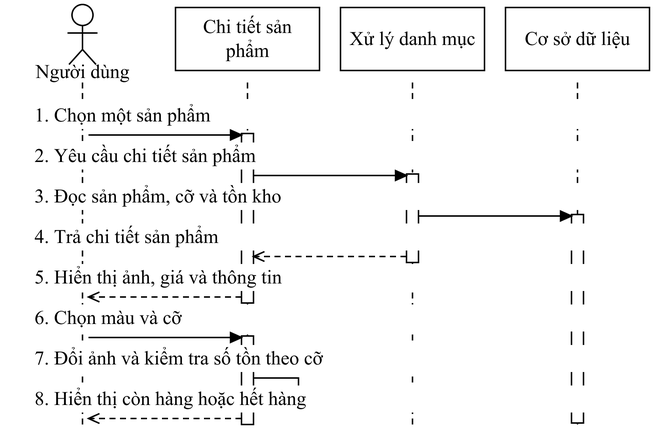
Before: docs/do-an-LSOUL/So-do-LSOUL-rut-gon/anh-png/SEQ-16.png, a diagram exported from draw.io (Loccao102/BanHang). Source tidied: cells renumbered, new cells last; positions are measured from the earlier drawing's top-left corner, leaving out a move shared by most shapes.
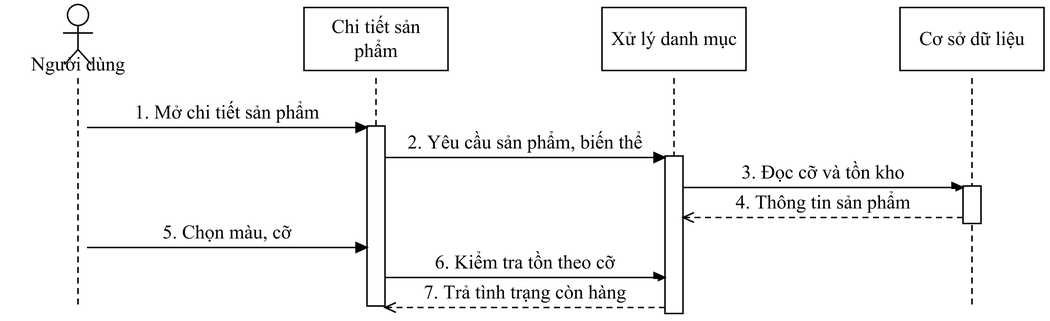
Later version of the same file.

Change to the diagram source:
```diff
@@ -4,154 +4,138 @@
     <mxCell id="1" parent="0" />
     <mxCell id="2" style="fontFamily=Times New Roman;fontSize=13;fontColor=#000000;strokeColor=#000000;strokeWidth=1;fillColor=#FFFFFF;shadow=0;rounded=0;html=0;whiteSpace=wrap;spacing=5;endArrow=none;endFill=1;startArrow=none;dashed=1;dashPattern=4 3;" parent="1" edge="1">
       <mxGeometry relative="1" as="geometry">
-        <mxPoint x="48" y="52" as="sourcePoint" />
-        <mxPoint x="48" y="281" as="targetPoint" />
+        <mxPoint x="45" y="49" as="sourcePoint" />
+        <mxPoint x="45" y="203" as="targetPoint" />
       </mxGeometry>
     </mxCell>
     <mxCell id="3" style="fontFamily=Times New Roman;fontSize=13;fontColor=#000000;strokeColor=#000000;strokeWidth=1;fillColor=#FFFFFF;shadow=0;rounded=0;html=0;whiteSpace=wrap;spacing=5;endArrow=none;endFill=1;startArrow=none;dashed=1;dashPattern=4 3;" parent="1" edge="1">
       <mxGeometry relative="1" as="geometry">
-        <mxPoint x="158" y="52" as="sourcePoint" />
-        <mxPoint x="158" y="281" as="targetPoint" />
+        <mxPoint x="243.7" y="49" as="sourcePoint" />
+        <mxPoint x="243.7" y="203" as="targetPoint" />
       </mxGeometry>
     </mxCell>
     <mxCell id="4" style="fontFamily=Times New Roman;fontSize=13;fontColor=#000000;strokeColor=#000000;strokeWidth=1;fillColor=#FFFFFF;shadow=0;rounded=0;html=0;whiteSpace=wrap;spacing=5;endArrow=none;endFill=1;startArrow=none;dashed=1;dashPattern=4 3;" parent="1" edge="1">
       <mxGeometry relative="1" as="geometry">
-        <mxPoint x="268" y="52" as="sourcePoint" />
-        <mxPoint x="268" y="281" as="targetPoint" />
+        <mxPoint x="442.3" y="49" as="sourcePoint" />
+        <mxPoint x="442.3" y="203" as="targetPoint" />
       </mxGeometry>
     </mxCell>
     <mxCell id="5" style="fontFamily=Times New Roman;fontSize=13;fontColor=#000000;strokeColor=#000000;strokeWidth=1;fillColor=#FFFFFF;shadow=0;rounded=0;html=0;whiteSpace=wrap;spacing=5;endArrow=none;endFill=1;startArrow=none;dashed=1;dashPattern=4 3;" parent="1" edge="1">
       <mxGeometry relative="1" as="geometry">
-        <mxPoint x="378" y="52" as="sourcePoint" />
-        <mxPoint x="378" y="281" as="targetPoint" />
+        <mxPoint x="641" y="49" as="sourcePoint" />
+        <mxPoint x="641" y="203" as="targetPoint" />
       </mxGeometry>
     </mxCell>
     <mxCell id="6" style="fontFamily=Times New Roman;fontSize=13;fontColor=#000000;strokeColor=#000000;strokeWidth=1;fillColor=#FFFFFF;shadow=0;rounded=0;html=0;whiteSpace=wrap;spacing=5;align=center;verticalAlign=middle;" parent="1" vertex="1">
-      <mxGeometry x="264" y="113" width="8" height="59" as="geometry" />
+      <mxGeometry x="635" y="121" width="12" height="25" as="geometry" />
     </mxCell>
     <mxCell id="7" style="fontFamily=Times New Roman;fontSize=13;fontColor=#000000;strokeColor=#000000;strokeWidth=1;fillColor=#FFFFFF;shadow=0;rounded=0;html=0;whiteSpace=wrap;spacing=5;align=center;verticalAlign=middle;" parent="1" vertex="1">
-      <mxGeometry x="154" y="86" width="8" height="113" as="geometry" />
+      <mxGeometry x="436.3" y="101" width="12" height="105" as="geometry" />
     </mxCell>
     <mxCell id="8" style="fontFamily=Times New Roman;fontSize=13;fontColor=#000000;strokeColor=#000000;strokeWidth=1;fillColor=#FFFFFF;shadow=0;rounded=0;html=0;whiteSpace=wrap;spacing=5;align=center;verticalAlign=middle;" parent="1" vertex="1">
-      <mxGeometry x="154" y="221" width="8" height="59" as="geometry" />
+      <mxGeometry x="237.7" y="81" width="12" height="120" as="geometry" />
     </mxCell>
-    <mxCell id="9" style="fontFamily=Times New Roman;fontSize=13;fontColor=#000000;strokeColor=#000000;strokeWidth=1;fillColor=#FFFFFF;shadow=0;rounded=0;html=0;whiteSpace=wrap;spacing=5;align=center;verticalAlign=middle;" parent="1" vertex="1">
-      <mxGeometry x="374" y="140" width="8" height="139" as="geometry" />
+    <mxCell id="9" value="1. Mở chi tiết sản phẩm" style="fontFamily=Times New Roman;fontSize=13;fontColor=#000000;strokeColor=#000000;strokeWidth=1;fillColor=#FFFFFF;shadow=0;rounded=0;html=0;whiteSpace=wrap;spacing=5;text;strokeColor=none;fillColor=none;align=center;verticalAlign=middle;fillColor=#FFFFFF;" parent="1" vertex="1">
+      <mxGeometry x="56" y="63" width="176.7" height="18" as="geometry" />
     </mxCell>
-    <mxCell id="10" value="1. Chọn một sản phẩm" style="fontFamily=Times New Roman;fontSize=13;fontColor=#000000;strokeColor=#000000;strokeWidth=1;fillColor=#FFFFFF;shadow=0;rounded=0;html=0;whiteSpace=wrap;spacing=5;text;strokeColor=none;fillColor=none;align=left;verticalAlign=middle;fillColor=#FFFFFF;" parent="1" vertex="1">
-      <mxGeometry x="11" y="65" width="404" height="18" as="geometry" />
+    <mxCell id="10" style="fontFamily=Times New Roman;fontSize=13;fontColor=#000000;strokeColor=#000000;strokeWidth=1;fillColor=#FFFFFF;shadow=0;rounded=0;html=0;whiteSpace=wrap;spacing=5;endArrow=block;endFill=1;startArrow=none;" parent="1" edge="1">
+      <mxGeometry relative="1" as="geometry">
+        <mxPoint x="51" y="82" as="sourcePoint" />
+        <mxPoint x="237.7" y="82" as="targetPoint" />
+      </mxGeometry>
     </mxCell>
-    <mxCell id="11" style="fontFamily=Times New Roman;fontSize=13;fontColor=#000000;strokeColor=#000000;strokeWidth=1;fillColor=#FFFFFF;shadow=0;rounded=0;html=0;whiteSpace=wrap;spacing=5;endArrow=block;endFill=1;startArrow=none;" parent="1" edge="1">
-      <mxGeometry relative="1" as="geometry">
-        <mxPoint x="52" y="87" as="sourcePoint" />
-        <mxPoint x="154" y="87" as="targetPoint" />
-      </mxGeometry>
+    <mxCell id="11" value="2. Yêu cầu sản phẩm, biến thể" style="fontFamily=Times New Roman;fontSize=13;fontColor=#000000;strokeColor=#000000;strokeWidth=1;fillColor=#FFFFFF;shadow=0;rounded=0;html=0;whiteSpace=wrap;spacing=5;text;strokeColor=none;fillColor=none;align=center;verticalAlign=middle;fillColor=#FFFFFF;" parent="1" vertex="1">
+      <mxGeometry x="254.7" y="83" width="176.7" height="18" as="geometry" />
     </mxCell>
-    <mxCell id="12" value="2. Yêu cầu chi tiết sản phẩm" style="fontFamily=Times New Roman;fontSize=13;fontColor=#000000;strokeColor=#000000;strokeWidth=1;fillColor=#FFFFFF;shadow=0;rounded=0;html=0;whiteSpace=wrap;spacing=5;text;strokeColor=none;fillColor=none;align=left;verticalAlign=middle;fillColor=#FFFFFF;" parent="1" vertex="1">
-      <mxGeometry x="11" y="92" width="404" height="18" as="geometry" />
+    <mxCell id="12" style="fontFamily=Times New Roman;fontSize=13;fontColor=#000000;strokeColor=#000000;strokeWidth=1;fillColor=#FFFFFF;shadow=0;rounded=0;html=0;whiteSpace=wrap;spacing=5;endArrow=block;endFill=1;startArrow=none;" parent="1" edge="1">
+      <mxGeometry relative="1" as="geometry">
+        <mxPoint x="249.7" y="102" as="sourcePoint" />
+        <mxPoint x="436.3" y="102" as="targetPoint" />
+      </mxGeometry>
     </mxCell>
-    <mxCell id="13" style="fontFamily=Times New Roman;fontSize=13;fontColor=#000000;strokeColor=#000000;strokeWidth=1;fillColor=#FFFFFF;shadow=0;rounded=0;html=0;whiteSpace=wrap;spacing=5;endArrow=block;endFill=1;startArrow=none;" parent="1" edge="1">
-      <mxGeometry relative="1" as="geometry">
-        <mxPoint x="162" y="114" as="sourcePoint" />
-        <mxPoint x="264" y="114" as="targetPoint" />
-      </mxGeometry>
+    <mxCell id="13" value="3. Đọc cỡ và tồn kho" style="fontFamily=Times New Roman;fontSize=13;fontColor=#000000;strokeColor=#000000;strokeWidth=1;fillColor=#FFFFFF;shadow=0;rounded=0;html=0;whiteSpace=wrap;spacing=5;text;strokeColor=none;fillColor=none;align=center;verticalAlign=middle;fillColor=#FFFFFF;" parent="1" vertex="1">
+      <mxGeometry x="453.3" y="103" width="176.7" height="18" as="geometry" />
     </mxCell>
-    <mxCell id="14" value="3. Đọc sản phẩm, cỡ và tồn kho" style="fontFamily=Times New Roman;fontSize=13;fontColor=#000000;strokeColor=#000000;strokeWidth=1;fillColor=#FFFFFF;shadow=0;rounded=0;html=0;whiteSpace=wrap;spacing=5;text;strokeColor=none;fillColor=none;align=left;verticalAlign=middle;fillColor=#FFFFFF;" parent="1" vertex="1">
-      <mxGeometry x="11" y="119" width="404" height="18" as="geometry" />
+    <mxCell id="14" style="fontFamily=Times New Roman;fontSize=13;fontColor=#000000;strokeColor=#000000;strokeWidth=1;fillColor=#FFFFFF;shadow=0;rounded=0;html=0;whiteSpace=wrap;spacing=5;endArrow=block;endFill=1;startArrow=none;" parent="1" edge="1">
+      <mxGeometry relative="1" as="geometry">
+        <mxPoint x="448.3" y="122" as="sourcePoint" />
+        <mxPoint x="635" y="122" as="targetPoint" />
+      </mxGeometry>
     </mxCell>
-    <mxCell id="15" style="fontFamily=Times New Roman;fontSize=13;fontColor=#000000;strokeColor=#000000;strokeWidth=1;fillColor=#FFFFFF;shadow=0;rounded=0;html=0;whiteSpace=wrap;spacing=5;endArrow=block;endFill=1;startArrow=none;" parent="1" edge="1">
-      <mxGeometry relative="1" as="geometry">
-        <mxPoint x="272" y="141" as="sourcePoint" />
-        <mxPoint x="374" y="141" as="targetPoint" />
-      </mxGeometry>
+    <mxCell id="15" value="4. Thông tin sản phẩm" style="fontFamily=Times New Roman;fontSize=13;fontColor=#000000;strokeColor=#000000;strokeWidth=1;fillColor=#FFFFFF;shadow=0;rounded=0;html=0;whiteSpace=wrap;spacing=5;text;strokeColor=none;fillColor=none;align=center;verticalAlign=middle;fillColor=#FFFFFF;" parent="1" vertex="1">
+      <mxGeometry x="453.3" y="123" width="176.7" height="18" as="geometry" />
     </mxCell>
-    <mxCell id="16" value="4. Trả chi tiết sản phẩm" style="fontFamily=Times New Roman;fontSize=13;fontColor=#000000;strokeColor=#000000;strokeWidth=1;fillColor=#FFFFFF;shadow=0;rounded=0;html=0;whiteSpace=wrap;spacing=5;text;strokeColor=none;fillColor=none;align=left;verticalAlign=middle;fillColor=#FFFFFF;" parent="1" vertex="1">
-      <mxGeometry x="11" y="146" width="404" height="18" as="geometry" />
+    <mxCell id="16" style="fontFamily=Times New Roman;fontSize=13;fontColor=#000000;strokeColor=#000000;strokeWidth=1;fillColor=#FFFFFF;shadow=0;rounded=0;html=0;whiteSpace=wrap;spacing=5;endArrow=open;endFill=1;startArrow=none;dashed=1;dashPattern=4 3;" parent="1" edge="1">
+      <mxGeometry relative="1" as="geometry">
+        <mxPoint x="635" y="142" as="sourcePoint" />
+        <mxPoint x="448.3" y="142" as="targetPoint" />
+      </mxGeometry>
     </mxCell>
-    <mxCell id="17" style="fontFamily=Times New Roman;fontSize=13;fontColor=#000000;strokeColor=#000000;strokeWidth=1;fillColor=#FFFFFF;shadow=0;rounded=0;html=0;whiteSpace=wrap;spacing=5;endArrow=open;endFill=1;startArrow=none;dashed=1;dashPattern=4 3;" parent="1" edge="1">
-      <mxGeometry relative="1" as="geometry">
-        <mxPoint x="264" y="168" as="sourcePoint" />
-        <mxPoint x="162" y="168" as="targetPoint" />
-      </mxGeometry>
+    <mxCell id="17" value="5. Chọn màu, cỡ" style="fontFamily=Times New Roman;fontSize=13;fontColor=#000000;strokeColor=#000000;strokeWidth=1;fillColor=#FFFFFF;shadow=0;rounded=0;html=0;whiteSpace=wrap;spacing=5;text;strokeColor=none;fillColor=none;align=center;verticalAlign=middle;fillColor=#FFFFFF;" parent="1" vertex="1">
+      <mxGeometry x="56" y="143" width="176.7" height="18" as="geometry" />
     </mxCell>
-    <mxCell id="18" value="5. Hiển thị ảnh, giá và thông tin" style="fontFamily=Times New Roman;fontSize=13;fontColor=#000000;strokeColor=#000000;strokeWidth=1;fillColor=#FFFFFF;shadow=0;rounded=0;html=0;whiteSpace=wrap;spacing=5;text;strokeColor=none;fillColor=none;align=left;verticalAlign=middle;fillColor=#FFFFFF;" parent="1" vertex="1">
-      <mxGeometry x="11" y="173" width="404" height="18" as="geometry" />
+    <mxCell id="18" style="fontFamily=Times New Roman;fontSize=13;fontColor=#000000;strokeColor=#000000;strokeWidth=1;fillColor=#FFFFFF;shadow=0;rounded=0;html=0;whiteSpace=wrap;spacing=5;endArrow=block;endFill=1;startArrow=none;" parent="1" edge="1">
+      <mxGeometry relative="1" as="geometry">
+        <mxPoint x="51" y="162" as="sourcePoint" />
+        <mxPoint x="237.7" y="162" as="targetPoint" />
+      </mxGeometry>
     </mxCell>
-    <mxCell id="19" style="fontFamily=Times New Roman;fontSize=13;fontColor=#000000;strokeColor=#000000;strokeWidth=1;fillColor=#FFFFFF;shadow=0;rounded=0;html=0;whiteSpace=wrap;spacing=5;endArrow=open;endFill=1;startArrow=none;dashed=1;dashPattern=4 3;" parent="1" edge="1">
-      <mxGeometry relative="1" as="geometry">
-        <mxPoint x="154" y="195" as="sourcePoint" />
-        <mxPoint x="52" y="195" as="targetPoint" />
-      </mxGeometry>
+    <mxCell id="19" value="6. Kiểm tra tồn theo cỡ" style="fontFamily=Times New Roman;fontSize=13;fontColor=#000000;strokeColor=#000000;strokeWidth=1;fillColor=#FFFFFF;shadow=0;rounded=0;html=0;whiteSpace=wrap;spacing=5;text;strokeColor=none;fillColor=none;align=center;verticalAlign=middle;fillColor=#FFFFFF;" parent="1" vertex="1">
+      <mxGeometry x="254.7" y="163" width="176.7" height="18" as="geometry" />
     </mxCell>
-    <mxCell id="20" value="6. Chọn màu và cỡ" style="fontFamily=Times New Roman;fontSize=13;fontColor=#000000;strokeColor=#000000;strokeWidth=1;fillColor=#FFFFFF;shadow=0;rounded=0;html=0;whiteSpace=wrap;spacing=5;text;strokeColor=none;fillColor=none;align=left;verticalAlign=middle;fillColor=#FFFFFF;" parent="1" vertex="1">
-      <mxGeometry x="11" y="200" width="404" height="18" as="geometry" />
+    <mxCell id="20" style="fontFamily=Times New Roman;fontSize=13;fontColor=#000000;strokeColor=#000000;strokeWidth=1;fillColor=#FFFFFF;shadow=0;rounded=0;html=0;whiteSpace=wrap;spacing=5;endArrow=block;endFill=1;startArrow=none;" parent="1" edge="1">
+      <mxGeometry relative="1" as="geometry">
+        <mxPoint x="249.7" y="182" as="sourcePoint" />
+        <mxPoint x="436.3" y="182" as="targetPoint" />
+      </mxGeometry>
     </mxCell>
-    <mxCell id="21" style="fontFamily=Times New Roman;fontSize=13;fontColor=#000000;strokeColor=#000000;strokeWidth=1;fillColor=#FFFFFF;shadow=0;rounded=0;html=0;whiteSpace=wrap;spacing=5;endArrow=block;endFill=1;startArrow=none;" parent="1" edge="1">
-      <mxGeometry relative="1" as="geometry">
-        <mxPoint x="52" y="222" as="sourcePoint" />
-        <mxPoint x="154" y="222" as="targetPoint" />
-      </mxGeometry>
+    <mxCell id="21" value="7. Trả tình trạng còn hàng" style="fontFamily=Times New Roman;fontSize=13;fontColor=#000000;strokeColor=#000000;strokeWidth=1;fillColor=#FFFFFF;shadow=0;rounded=0;html=0;whiteSpace=wrap;spacing=5;text;strokeColor=none;fillColor=none;align=center;verticalAlign=middle;fillColor=#FFFFFF;" parent="1" vertex="1">
+      <mxGeometry x="254.7" y="183" width="176.7" height="18" as="geometry" />
     </mxCell>
-    <mxCell id="22" value="7. Đổi ảnh và kiểm tra số tồn theo cỡ" style="fontFamily=Times New Roman;fontSize=13;fontColor=#000000;strokeColor=#000000;strokeWidth=1;fillColor=#FFFFFF;shadow=0;rounded=0;html=0;whiteSpace=wrap;spacing=5;text;strokeColor=none;fillColor=none;align=left;verticalAlign=middle;fillColor=#FFFFFF;" parent="1" vertex="1">
-      <mxGeometry x="11" y="227" width="404" height="18" as="geometry" />
+    <mxCell id="22" style="fontFamily=Times New Roman;fontSize=13;fontColor=#000000;strokeColor=#000000;strokeWidth=1;fillColor=#FFFFFF;shadow=0;rounded=0;html=0;whiteSpace=wrap;spacing=5;endArrow=open;endFill=1;startArrow=none;dashed=1;dashPattern=4 3;" parent="1" edge="1">
+      <mxGeometry relative="1" as="geometry">
+        <mxPoint x="436.3" y="202" as="sourcePoint" />
+        <mxPoint x="249.7" y="202" as="targetPoint" />
+      </mxGeometry>
     </mxCell>
-    <mxCell id="23" style="fontFamily=Times New Roman;fontSize=13;fontColor=#000000;strokeColor=#000000;strokeWidth=1;fillColor=#FFFFFF;shadow=0;rounded=0;html=0;whiteSpace=wrap;spacing=5;endArrow=block;endFill=1;startArrow=none;" parent="1" edge="1">
-      <mxGeometry relative="1" as="geometry">
-        <mxPoint x="162" y="249" as="sourcePoint" />
-        <mxPoint x="163" y="261" as="targetPoint" />
-        <Array as="points">
-          <mxPoint x="192" y="249" />
-          <mxPoint x="192" y="261" />
-        </Array>
-      </mxGeometry>
+    <mxCell id="23" style="fontFamily=Times New Roman;fontSize=13;fontColor=#000000;strokeColor=#000000;strokeWidth=1;fillColor=#FFFFFF;shadow=0;rounded=0;html=0;whiteSpace=wrap;spacing=5;ellipse;perimeter=ellipsePerimeter;align=center;verticalAlign=middle;" parent="1" vertex="1">
+      <mxGeometry x="38" width="14" height="14" as="geometry" />
     </mxCell>
-    <mxCell id="24" value="8. Hiển thị còn hàng hoặc hết hàng" style="fontFamily=Times New Roman;fontSize=13;fontColor=#000000;strokeColor=#000000;strokeWidth=1;fillColor=#FFFFFF;shadow=0;rounded=0;html=0;whiteSpace=wrap;spacing=5;text;strokeColor=none;fillColor=none;align=left;verticalAlign=middle;fillColor=#FFFFFF;" parent="1" vertex="1">
-      <mxGeometry x="11" y="254" width="404" height="18" as="geometry" />
+    <mxCell id="24" style="fontFamily=Times New Roman;fontSize=13;fontColor=#000000;strokeColor=#000000;strokeWidth=1;fillColor=#FFFFFF;shadow=0;rounded=0;html=0;whiteSpace=wrap;spacing=5;endArrow=none;endFill=1;startArrow=none;" parent="1" edge="1">
+      <mxGeometry relative="1" as="geometry">
+        <mxPoint x="45" y="14" as="sourcePoint" />
+        <mxPoint x="45" y="30" as="targetPoint" />
+      </mxGeometry>
     </mxCell>
-    <mxCell id="25" style="fontFamily=Times New Roman;fontSize=13;fontColor=#000000;strokeColor=#000000;strokeWidth=1;fillColor=#FFFFFF;shadow=0;rounded=0;html=0;whiteSpace=wrap;spacing=5;endArrow=open;endFill=1;startArrow=none;dashed=1;dashPattern=4 3;" parent="1" edge="1">
+    <mxCell id="25" style="fontFamily=Times New Roman;fontSize=13;fontColor=#000000;strokeColor=#000000;strokeWidth=1;fillColor=#FFFFFF;shadow=0;rounded=0;html=0;whiteSpace=wrap;spacing=5;endArrow=none;endFill=1;startArrow=none;" parent="1" edge="1">
       <mxGeometry relative="1" as="geometry">
-        <mxPoint x="154" y="276" as="sourcePoint" />
-        <mxPoint x="52" y="276" as="targetPoint" />
+        <mxPoint x="35" y="19" as="sourcePoint" />
+        <mxPoint x="55" y="19" as="targetPoint" />
       </mxGeometry>
     </mxCell>
-    <mxCell id="26" style="fontFamily=Times New Roman;fontSize=13;fontColor=#000000;strokeColor=#000000;strokeWidth=1;fillColor=#FFFFFF;shadow=0;rounded=0;html=0;whiteSpace=wrap;spacing=5;ellipse;perimeter=ellipsePerimeter;align=center;verticalAlign=middle;" parent="1" vertex="1">
-      <mxGeometry x="41" width="14" height="14" as="geometry" />
+    <mxCell id="26" style="fontFamily=Times New Roman;fontSize=13;fontColor=#000000;strokeColor=#000000;strokeWidth=1;fillColor=#FFFFFF;shadow=0;rounded=0;html=0;whiteSpace=wrap;spacing=5;endArrow=none;endFill=1;startArrow=none;" parent="1" edge="1">
+      <mxGeometry relative="1" as="geometry">
+        <mxPoint x="45" y="30" as="sourcePoint" />
+        <mxPoint x="36" y="40" as="targetPoint" />
+      </mxGeometry>
     </mxCell>
     <mxCell id="27" style="fontFamily=Times New Roman;fontSize=13;fontColor=#000000;strokeColor=#000000;strokeWidth=1;fillColor=#FFFFFF;shadow=0;rounded=0;html=0;whiteSpace=wrap;spacing=5;endArrow=none;endFill=1;startArrow=none;" parent="1" edge="1">
       <mxGeometry relative="1" as="geometry">
-        <mxPoint x="48" y="14" as="sourcePoint" />
-        <mxPoint x="48" y="30" as="targetPoint" />
+        <mxPoint x="45" y="30" as="sourcePoint" />
+        <mxPoint x="54" y="40" as="targetPoint" />
       </mxGeometry>
     </mxCell>
-    <mxCell id="28" style="fontFamily=Times New Roman;fontSize=13;fontColor=#000000;strokeColor=#000000;strokeWidth=1;fillColor=#FFFFFF;shadow=0;rounded=0;html=0;whiteSpace=wrap;spacing=5;endArrow=none;endFill=1;startArrow=none;" parent="1" edge="1">
-      <mxGeometry relative="1" as="geometry">
-        <mxPoint x="38" y="19" as="sourcePoint" />
-        <mxPoint x="58" y="19" as="targetPoint" />
-      </mxGeometry>
+    <mxCell id="28" value="Người dùng" style="fontFamily=Times New Roman;fontSize=13;fontColor=#000000;strokeColor=#000000;strokeWidth=1;fillColor=#FFFFFF;shadow=0;rounded=0;html=0;whiteSpace=wrap;spacing=5;text;strokeColor=none;fillColor=none;align=center;verticalAlign=middle;" parent="1" vertex="1">
+      <mxGeometry x="-3" y="32" width="96" height="16" as="geometry" />
     </mxCell>
-    <mxCell id="29" style="fontFamily=Times New Roman;fontSize=13;fontColor=#000000;strokeColor=#000000;strokeWidth=1;fillColor=#FFFFFF;shadow=0;rounded=0;html=0;whiteSpace=wrap;spacing=5;endArrow=none;endFill=1;startArrow=none;" parent="1" edge="1">
-      <mxGeometry relative="1" as="geometry">
-        <mxPoint x="48" y="30" as="sourcePoint" />
-        <mxPoint x="39" y="40" as="targetPoint" />
-      </mxGeometry>
-    </mxCell>
-    <mxCell id="30" style="fontFamily=Times New Roman;fontSize=13;fontColor=#000000;strokeColor=#000000;strokeWidth=1;fillColor=#FFFFFF;shadow=0;rounded=0;html=0;whiteSpace=wrap;spacing=5;endArrow=none;endFill=1;startArrow=none;" parent="1" edge="1">
-      <mxGeometry relative="1" as="geometry">
-        <mxPoint x="48" y="30" as="sourcePoint" />
-        <mxPoint x="57" y="40" as="targetPoint" />
-      </mxGeometry>
-    </mxCell>
-    <mxCell id="31" value="Người dùng" style="fontFamily=Times New Roman;fontSize=13;fontColor=#000000;strokeColor=#000000;strokeWidth=1;fillColor=#FFFFFF;shadow=0;rounded=0;html=0;whiteSpace=wrap;spacing=5;text;strokeColor=none;fillColor=none;align=center;verticalAlign=middle;" parent="1" vertex="1">
-      <mxGeometry y="37" width="96" height="16" as="geometry" />
-    </mxCell>
     <mxCell id="32" value="Chi tiết sản phẩm" style="fontFamily=Times New Roman;fontSize=13;fontColor=#000000;strokeColor=#000000;strokeWidth=1;fillColor=#FFFFFF;shadow=0;rounded=0;html=0;whiteSpace=wrap;spacing=5;align=center;verticalAlign=middle;" parent="1" vertex="1">
-      <mxGeometry x="110" y="2" width="96" height="42" as="geometry" />
+      <mxGeometry x="195.7" y="2" width="96" height="42" as="geometry" />
     </mxCell>
     <mxCell id="33" value="Xử lý danh mục" style="fontFamily=Times New Roman;fontSize=13;fontColor=#000000;strokeColor=#000000;strokeWidth=1;fillColor=#FFFFFF;shadow=0;rounded=0;html=0;whiteSpace=wrap;spacing=5;align=center;verticalAlign=middle;" parent="1" vertex="1">
-      <mxGeometry x="220" y="2" width="96" height="42" as="geometry" />
+      <mxGeometry x="394.3" y="2" width="96" height="42" as="geometry" />
     </mxCell>
     <mxCell id="34" value="Cơ sở dữ liệu" style="fontFamily=Times New Roman;fontSize=13;fontColor=#000000;strokeColor=#000000;strokeWidth=1;fillColor=#FFFFFF;shadow=0;rounded=0;html=0;whiteSpace=wrap;spacing=5;align=center;verticalAlign=middle;" parent="1" vertex="1">
-      <mxGeometry x="330" y="2" width="96" height="42" as="geometry" />
+      <mxGeometry x="593" y="2" width="96" height="42" as="geometry" />
     </mxCell>
   </root>
 </mxGraphModel>
```
